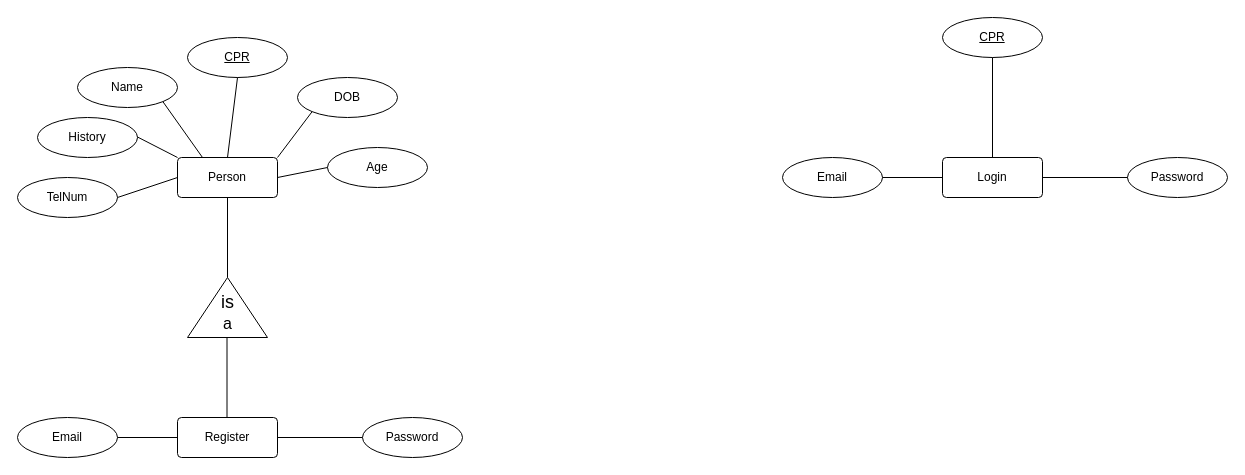
Earlier version of the draw.io diagram Bahrainouna Project/Database_design.drawio (another4433/another4433). Source tidied: cells renumbered, new cells numbered last; positions are measured from the earlier drawing's top-left corner, leaving out a move shared by most shapes. Both pictures are drawn from the tidied source at 100%, with x=0, y=0 at pixel (17, 17).
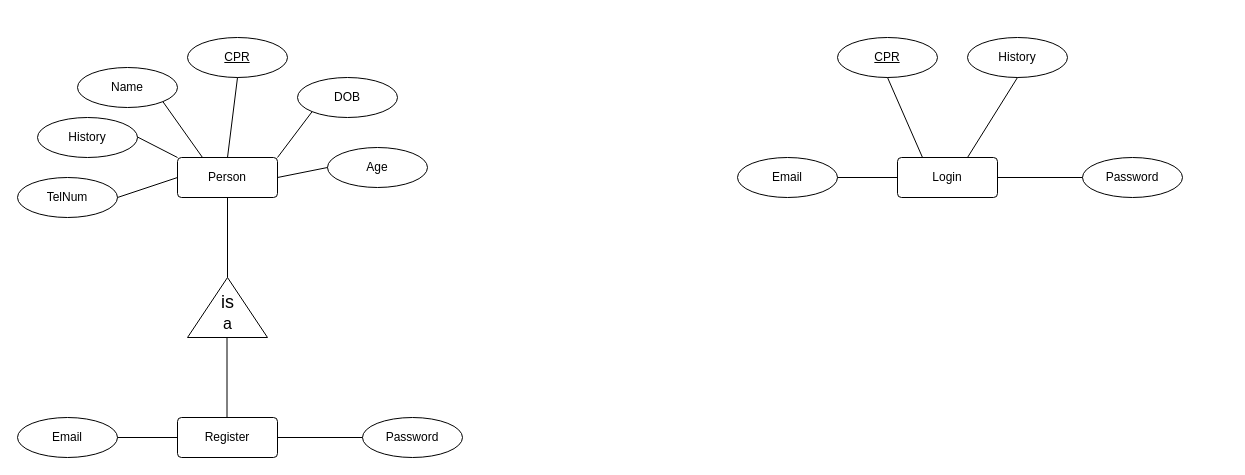
The same page after the edit.

Change to the diagram source:
```diff
@@
     <mxCell id="24" value="Login" style="rounded=1;arcSize=10;whiteSpace=wrap;html=1;align=center;" parent="1" vertex="1">
-      <mxGeometry x="925" y="140" width="100" height="40" as="geometry" />
+      <mxGeometry x="880" y="140" width="100" height="40" as="geometry" />
     </mxCell>
     <mxCell id="25" value="Password" style="ellipse;whiteSpace=wrap;html=1;align=center;" parent="1" vertex="1">
-      <mxGeometry x="1110" y="140" width="100" height="40" as="geometry" />
+      <mxGeometry x="1065" y="140" width="100" height="40" as="geometry" />
     </mxCell>
     <mxCell id="26" value="Email" style="ellipse;whiteSpace=wrap;html=1;align=center;" parent="1" vertex="1">
-      <mxGeometry x="765" y="140" width="100" height="40" as="geometry" />
+      <mxGeometry x="720" y="140" width="100" height="40" as="geometry" />
     </mxCell>
     <mxCell id="27" style="endArrow=none;html=1;rounded=0;" parent="1" edge="1" target="25">
       <mxGeometry relative="1" as="geometry">
-        <mxPoint x="1025" y="160" as="sourcePoint" />
+        <mxPoint x="980" y="160" as="sourcePoint" />
       </mxGeometry>
     </mxCell>
     <mxCell id="28" style="endArrow=none;html=1;rounded=0;entryX=0;entryY=0.5;entryDx=0;entryDy=0;" parent="1" edge="1" target="24">
       <mxGeometry relative="1" as="geometry">
-        <mxPoint x="865" y="160" as="sourcePoint" />
+        <mxPoint x="820" y="160" as="sourcePoint" />
       </mxGeometry>
     </mxCell>
     <mxCell id="29" value="CPR" style="ellipse;whiteSpace=wrap;html=1;align=center;fontStyle=4;" parent="1" vertex="1">
-      <mxGeometry x="925" width="100" height="40" as="geometry" />
+      <mxGeometry x="820" y="20" width="100" height="40" as="geometry" />
     </mxCell>
-    <mxCell id="30" style="endArrow=none;html=1;rounded=0;entryX=0.5;entryY=1;entryDx=0;entryDy=0;" parent="1" edge="1" target="29">
-      <mxGeometry relative="1" as="geometry">
-        <mxPoint x="975" y="140" as="sourcePoint" />
-      </mxGeometry>
+    <mxCell id="30" style="endArrow=none;html=1;rounded=0;entryX=0.5;entryY=1;entryDx=0;entryDy=0;exitX=0.25;exitY=0;exitDx=0;exitDy=0;" parent="1" edge="1" source="24" target="29">
+      <mxGeometry relative="1" as="geometry" />
     </mxCell>
+    <mxCell id="31" value="History" style="ellipse;whiteSpace=wrap;html=1;align=center;" parent="1" vertex="1">
+      <mxGeometry x="950" y="20" width="100" height="40" as="geometry" />
+    </mxCell>
+    <mxCell id="32" style="endArrow=none;html=1;rounded=0;entryX=0.5;entryY=1;entryDx=0;entryDy=0;" parent="1" edge="1" target="31">
+      <mxGeometry relative="1" as="geometry">
+        <mxPoint x="950" y="140" as="sourcePoint" />
+      </mxGeometry>
+    </mxCell>
```
